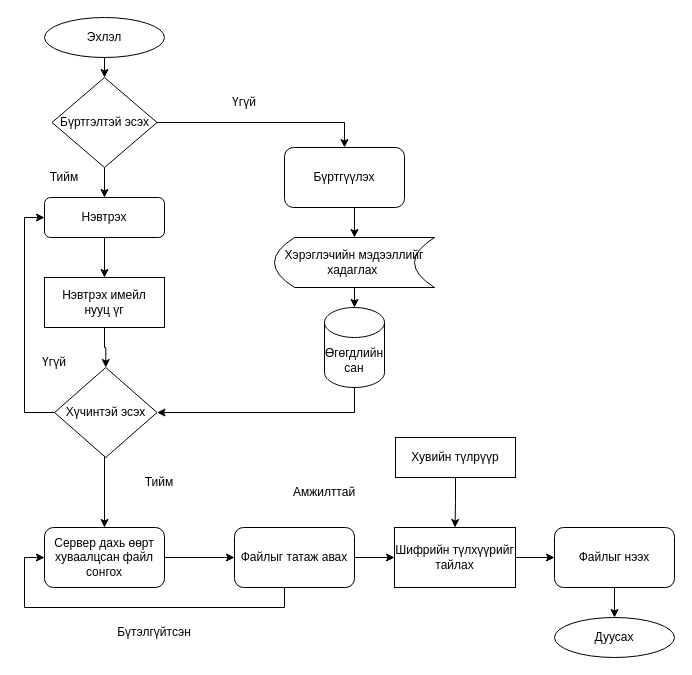
Before: draw.io/delegatee.drawio in myagmartseren/pre_report, a draw.io diagram. Source tidied: cells renumbered, new cells numbered last; positions are measured from the earlier drawing's top-left corner, leaving out a move shared by most shapes. Both pictures are drawn from the tidied source at 100%, with x=0, y=0 at pixel (24, 17).
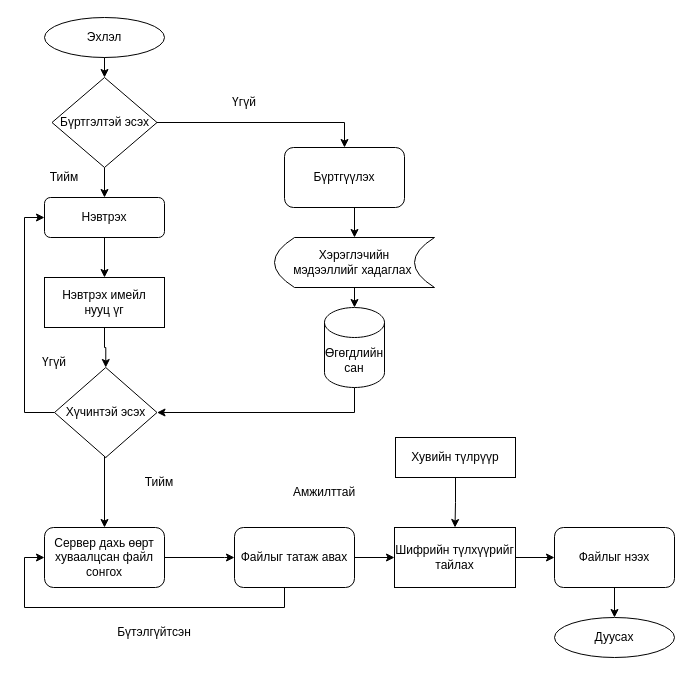
After the change.

Diff of the diagram source:
```diff
@@
-    <mxCell id="31" value="Хэрэглэчийн мэдээллийг хадаглах&amp;nbsp;" style="shape=dataStorage;whiteSpace=wrap;html=1;fixedSize=1;" parent="1" vertex="1">
+    <mxCell id="31" value="Хэрэглэчийн &lt;br&gt;мэдээллийг хадаглах&amp;nbsp;" style="shape=dataStorage;whiteSpace=wrap;html=1;fixedSize=1;" parent="1" vertex="1">
       <mxGeometry x="250" y="220" width="160" height="50" as="geometry" />
     </mxCell>
```
